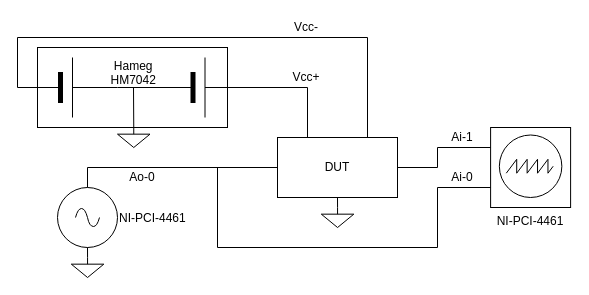
Earlier version of the draw.io diagram figures/integration_test/test_setup_thd_freqresp.drawio (Niclasapdk/ESD4_project). Source tidied: cells renumbered, new cells numbered last; positions are measured from the earlier drawing's top-left corner, leaving out a move shared by most shapes. Both pictures are drawn from the tidied source at 100%, with x=0, y=0 at pixel (17, 17).
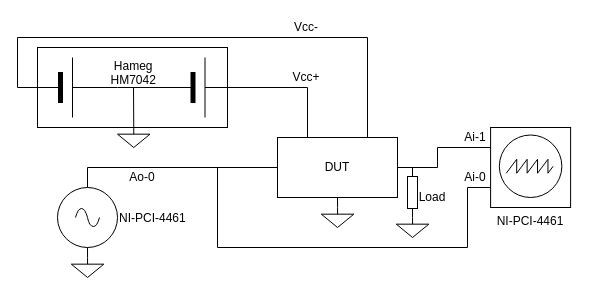
The same diagram, later.

Commit message (it also covers changes not shown here):
add load to figure

Unchanged cells that the change refers to:
```xml
<mxCell id="22" value="&lt;span style=&quot;text-align: left; text-wrap: nowrap;&quot;&gt;NI-PCI-4461&lt;/span&gt;" style="rounded=0;whiteSpace=wrap;html=1;fillColor=none;labelPosition=center;verticalLabelPosition=bottom;align=center;verticalAlign=top;" parent="1" vertex="1">
  <mxGeometry x="473.1" y="110" width="80" height="80" as="geometry" />
</mxCell>
```

The edit, as a diff of the source:
```diff
@@
     <mxCell id="23" style="endArrow=none;html=1;rounded=0;exitX=0;exitY=0.75;exitDx=0;exitDy=0;" parent="1" edge="1" source="22">
       <mxGeometry relative="1" as="geometry">
         <mxPoint x="200" y="150" as="targetPoint" />
         <Array as="points">
-          <mxPoint x="420" y="170" />
-          <mxPoint x="420" y="230" />
+          <mxPoint x="450" y="170" />
+          <mxPoint x="450" y="230" />
           <mxPoint x="200" y="230" />
         </Array>
       </mxGeometry>
     </mxCell>
@@
     <mxCell id="25" value="Ai-1" style="text;html=1;align=center;verticalAlign=middle;whiteSpace=wrap;rounded=0;" parent="1" vertex="1">
-      <mxGeometry x="430" y="110" width="30" height="20" as="geometry" />
+      <mxGeometry x="443.1" y="110" width="30" height="20" as="geometry" />
     </mxCell>
     <mxCell id="26" value="Ai-0" style="text;html=1;align=center;verticalAlign=middle;whiteSpace=wrap;rounded=0;" parent="1" vertex="1">
-      <mxGeometry x="430" y="150" width="30" height="20" as="geometry" />
+      <mxGeometry x="443.1" y="150" width="30" height="20" as="geometry" />
     </mxCell>
+    <mxCell id="27" style="verticalLabelPosition=bottom;shadow=0;dashed=0;align=center;html=1;verticalAlign=top;shape=mxgraph.electrical.resistors.resistor_1;rotation=90;" parent="1" vertex="1">
+      <mxGeometry x="370" y="170" width="50" height="10" as="geometry" />
+    </mxCell>
+    <mxCell id="28" style="verticalLabelPosition=bottom;shadow=0;dashed=0;align=center;verticalAlign=top;shape=mxgraph.electrical.signal_sources.signal_ground;" parent="1" vertex="1">
+      <mxGeometry x="378.8" y="200" width="32.5" height="20" as="geometry" />
+    </mxCell>
+    <mxCell id="29" value="Load" style="text;html=1;align=center;verticalAlign=middle;whiteSpace=wrap;rounded=0;" parent="1" vertex="1">
+      <mxGeometry x="400" y="170" width="30" height="20" as="geometry" />
+    </mxCell>
```
